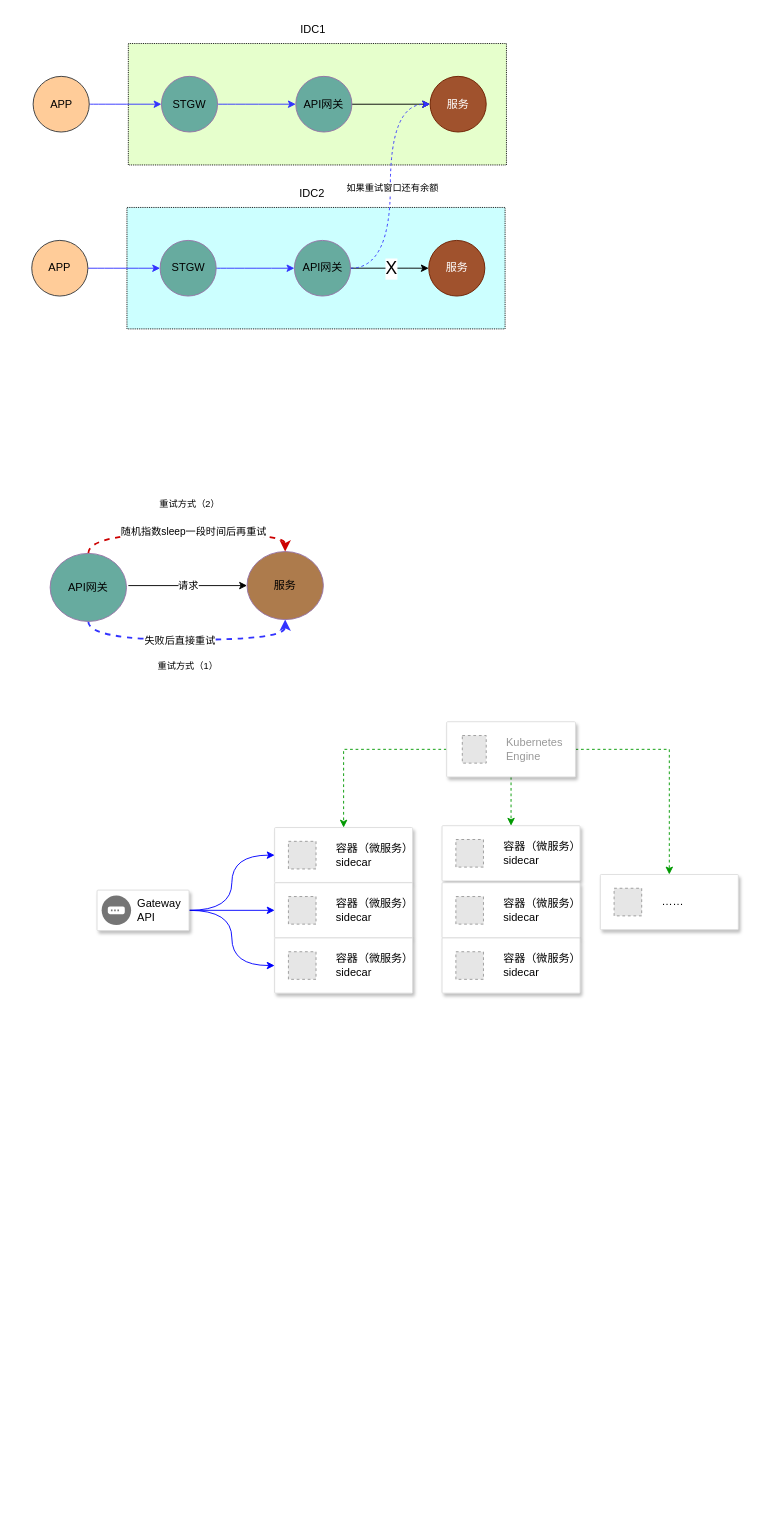
Above: page "网关" (1 of 17) of sidecar.drawio in xinguai/asmshare (draw.io), before the change. Source tidied: cells renumbered, new cells numbered last; positions are measured from the earlier drawing's top-left corner, leaving out a move shared by most shapes. Both pictures are drawn from the tidied source at 92%, with x=0, y=0 at pixel (31, 16). Pictures stored in the file or linked from it are replaced by grey dashed boxes.
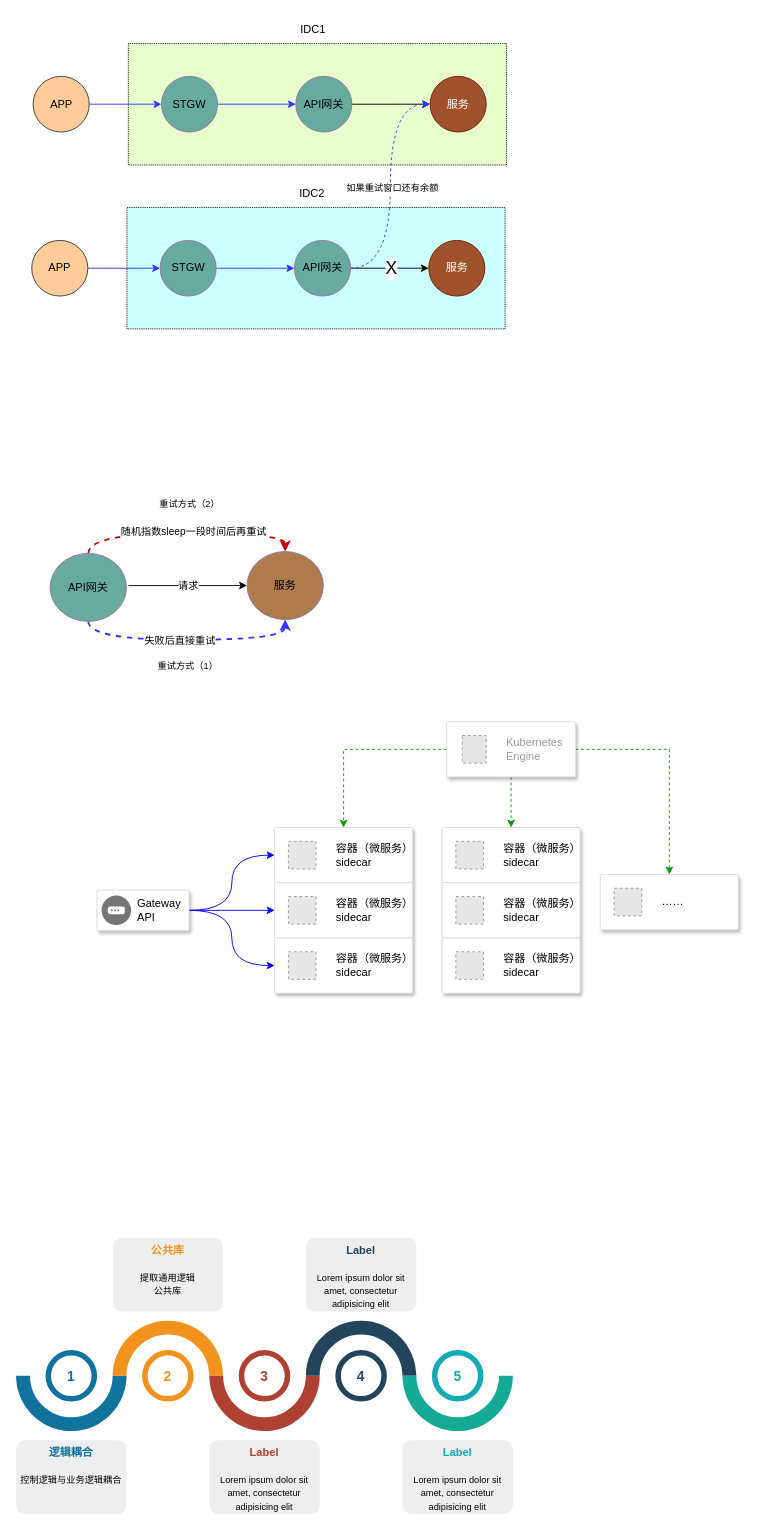
Above is the later version.

Diff of the diagram source:
```diff
@@
     <mxCell id="48" style="strokeColor=#dddddd;shadow=1;strokeWidth=1;rounded=1;absoluteArcSize=1;arcSize=2;" parent="1" vertex="1">
-      <mxGeometry x="446" y="880" width="150" height="60" as="geometry" />
+      <mxGeometry x="446" y="882" width="150" height="60" as="geometry" />
     </mxCell>
@@
+    <mxCell id="56" style="verticalLabelPosition=bottom;verticalAlign=top;html=1;shape=mxgraph.basic.partConcEllipse;startAngle=0.25;endAngle=0.75;arcWidth=0.25;fillColor=#10739E;strokeColor=none;" parent="1" vertex="1">
+      <mxGeometry x="-17" y="1418" width="120" height="120" as="geometry" />
+    </mxCell>
+    <mxCell id="57" style="verticalLabelPosition=bottom;verticalAlign=top;html=1;shape=mxgraph.basic.partConcEllipse;startAngle=0.75;endAngle=0.25;arcWidth=0.25;fillColor=#F2931E;strokeColor=none;" parent="1" vertex="1">
+      <mxGeometry x="88" y="1418" width="120" height="120" as="geometry" />
+    </mxCell>
+    <mxCell id="58" style="verticalLabelPosition=bottom;verticalAlign=top;html=1;shape=mxgraph.basic.partConcEllipse;startAngle=0.25;endAngle=0.75;arcWidth=0.25;fillColor=#AE4132;strokeColor=none;" parent="1" vertex="1">
+      <mxGeometry x="193" y="1418" width="120" height="120" as="geometry" />
+    </mxCell>
+    <mxCell id="59" style="verticalLabelPosition=bottom;verticalAlign=top;html=1;shape=mxgraph.basic.partConcEllipse;startAngle=0.75;endAngle=0.25;arcWidth=0.25;fillColor=#23445D;strokeColor=none;" parent="1" vertex="1">
+      <mxGeometry x="298" y="1418" width="120" height="120" as="geometry" />
+    </mxCell>
+    <mxCell id="60" style="verticalLabelPosition=bottom;verticalAlign=top;html=1;shape=mxgraph.basic.partConcEllipse;startAngle=0.25;endAngle=0.75;arcWidth=0.25;fillColor=#15AA96;strokeColor=none;" parent="1" vertex="1">
+      <mxGeometry x="403" y="1418" width="120" height="120" as="geometry" />
+    </mxCell>
+    <mxCell id="61" value="1" style="shape=ellipse;strokeWidth=6;strokeColor=#10739E;fontSize=15;html=1;whiteSpace=wrap;fontStyle=1;fontColor=#10739E;" parent="1" vertex="1">
+      <mxGeometry x="18" y="1453" width="50" height="50" as="geometry" />
+    </mxCell>
+    <mxCell id="62" value="2" style="shape=ellipse;strokeWidth=6;strokeColor=#F2931E;fontSize=15;html=1;whiteSpace=wrap;fontStyle=1;fontColor=#F2931E;" parent="1" vertex="1">
+      <mxGeometry x="123" y="1453" width="50" height="50" as="geometry" />
+    </mxCell>
+    <mxCell id="63" value="3" style="shape=ellipse;strokeWidth=6;strokeColor=#AE4132;fontSize=15;html=1;whiteSpace=wrap;fontStyle=1;fontColor=#AE4132;" parent="1" vertex="1">
+      <mxGeometry x="228" y="1453" width="50" height="50" as="geometry" />
+    </mxCell>
+    <mxCell id="64" value="4" style="shape=ellipse;strokeWidth=6;strokeColor=#23445D;fontSize=15;html=1;whiteSpace=wrap;fontStyle=1;fontColor=#23445D;" parent="1" vertex="1">
+      <mxGeometry x="333" y="1453" width="50" height="50" as="geometry" />
+    </mxCell>
+    <mxCell id="65" value="5" style="shape=ellipse;strokeWidth=6;strokeColor=#12AAB5;fontSize=15;html=1;whiteSpace=wrap;fontStyle=1;fontColor=#12AAB5;" parent="1" vertex="1">
+      <mxGeometry x="438" y="1453" width="50" height="50" as="geometry" />
+    </mxCell>
+    <mxCell id="66" value="&lt;font style=&quot;&quot;&gt;&lt;font color=&quot;#10739e&quot;&gt;&lt;b&gt;逻辑耦合&lt;/b&gt;&lt;/font&gt;&lt;br&gt;&lt;br&gt;&lt;font style=&quot;font-size: 10px;&quot; size=&quot;1&quot;&gt;控制逻辑与业务逻辑耦合&lt;/font&gt;&lt;/font&gt;" style="rounded=1;strokeColor=none;fillColor=#EEEEEE;align=center;arcSize=12;verticalAlign=top;whiteSpace=wrap;html=1;fontSize=12;" parent="1" vertex="1">
+      <mxGeometry x="-17" y="1548" width="120" height="80" as="geometry" />
+    </mxCell>
+    <mxCell id="67" value="&lt;font style=&quot;font-size: 10px&quot;&gt;&lt;font style=&quot;font-size: 12px&quot; color=&quot;#F2931E&quot;&gt;&lt;b&gt;公共库&lt;/b&gt;&lt;/font&gt;&lt;br&gt;&lt;br&gt;&lt;font size=&quot;1&quot;&gt;提取通用逻辑&lt;/font&gt;&lt;/font&gt;&lt;div&gt;&lt;font style=&quot;font-size: 10px&quot;&gt;&lt;font size=&quot;1&quot;&gt;公共库&lt;/font&gt;&lt;/font&gt;&lt;/div&gt;" style="rounded=1;strokeColor=none;fillColor=#EEEEEE;align=center;arcSize=12;verticalAlign=top;whiteSpace=wrap;html=1;fontSize=12;" parent="1" vertex="1">
+      <mxGeometry x="88" y="1328" width="120" height="80" as="geometry" />
+    </mxCell>
+    <mxCell id="68" value="&lt;font style=&quot;font-size: 10px&quot;&gt;&lt;font style=&quot;font-size: 12px&quot; color=&quot;#AE4132&quot;&gt;&lt;b&gt;Label&lt;/b&gt;&lt;/font&gt;&lt;br&gt;&lt;br&gt;&lt;font size=&quot;1&quot;&gt;Lorem ipsum dolor sit amet, consectetur adipisicing elit&lt;/font&gt;&lt;/font&gt;" style="rounded=1;strokeColor=none;fillColor=#EEEEEE;align=center;arcSize=12;verticalAlign=top;whiteSpace=wrap;html=1;fontSize=12;" parent="1" vertex="1">
+      <mxGeometry x="193" y="1548" width="120" height="80" as="geometry" />
+    </mxCell>
+    <mxCell id="69" value="&lt;font style=&quot;font-size: 10px&quot;&gt;&lt;font style=&quot;font-size: 12px&quot; color=&quot;#23445D&quot;&gt;&lt;b&gt;Label&lt;/b&gt;&lt;/font&gt;&lt;br&gt;&lt;br&gt;&lt;font size=&quot;1&quot;&gt;Lorem ipsum dolor sit amet, consectetur adipisicing elit&lt;/font&gt;&lt;/font&gt;" style="rounded=1;strokeColor=none;fillColor=#EEEEEE;align=center;arcSize=12;verticalAlign=top;whiteSpace=wrap;html=1;fontSize=12;" parent="1" vertex="1">
+      <mxGeometry x="298" y="1328" width="120" height="80" as="geometry" />
+    </mxCell>
+    <mxCell id="70" value="&lt;font style=&quot;font-size: 10px&quot;&gt;&lt;font style=&quot;font-size: 12px&quot; color=&quot;#12AAB5&quot;&gt;&lt;b&gt;Label&lt;/b&gt;&lt;/font&gt;&lt;br&gt;&lt;br&gt;&lt;font size=&quot;1&quot;&gt;Lorem ipsum dolor sit amet, consectetur adipisicing elit&lt;/font&gt;&lt;/font&gt;" style="rounded=1;strokeColor=none;fillColor=#EEEEEE;align=center;arcSize=12;verticalAlign=top;whiteSpace=wrap;html=1;fontSize=12;" parent="1" vertex="1">
+      <mxGeometry x="403" y="1548" width="120" height="80" as="geometry" />
+    </mxCell>
```
